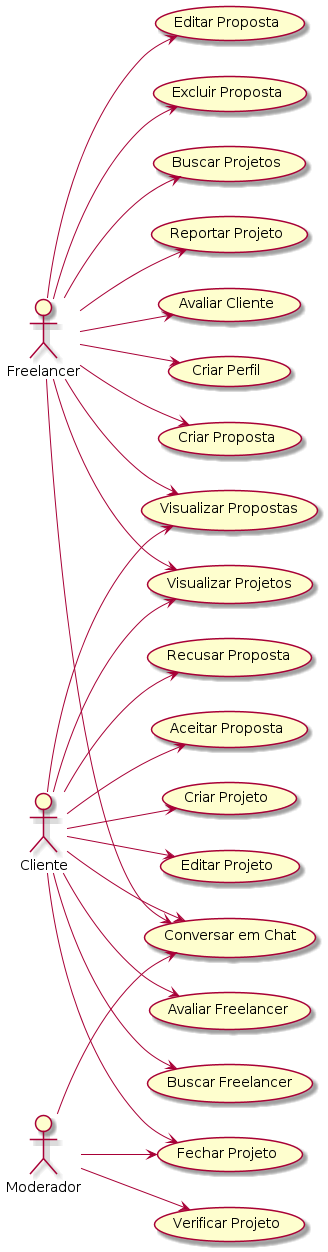
Above: out/docs/casos_de_uso/Casos de Uso.png in LucasNeiva/Eng-Software-II (PlantUML), before the change.
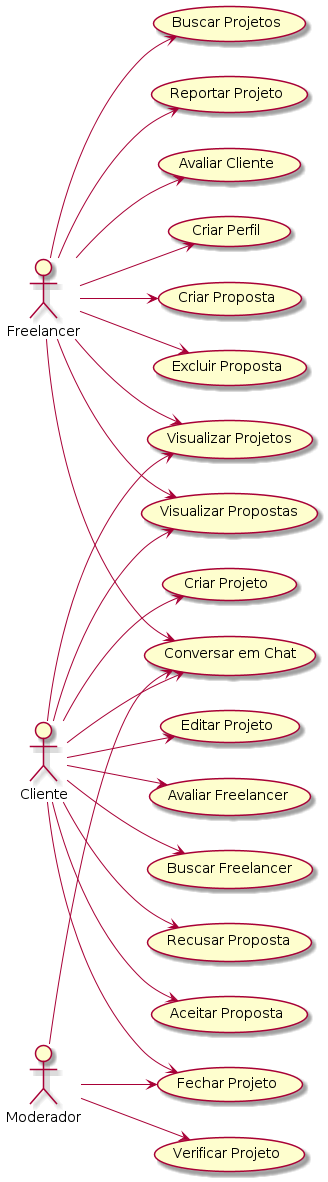
After the change.

The edit, as a diff of the source:
```diff
@@ -12,7 +12,6 @@
 
 F --> (Criar Proposta)
 F --> (Visualizar Propostas)
-F --> (Editar Proposta)
 F --> (Excluir Proposta)
 
 F --> (Visualizar Projetos)
```
